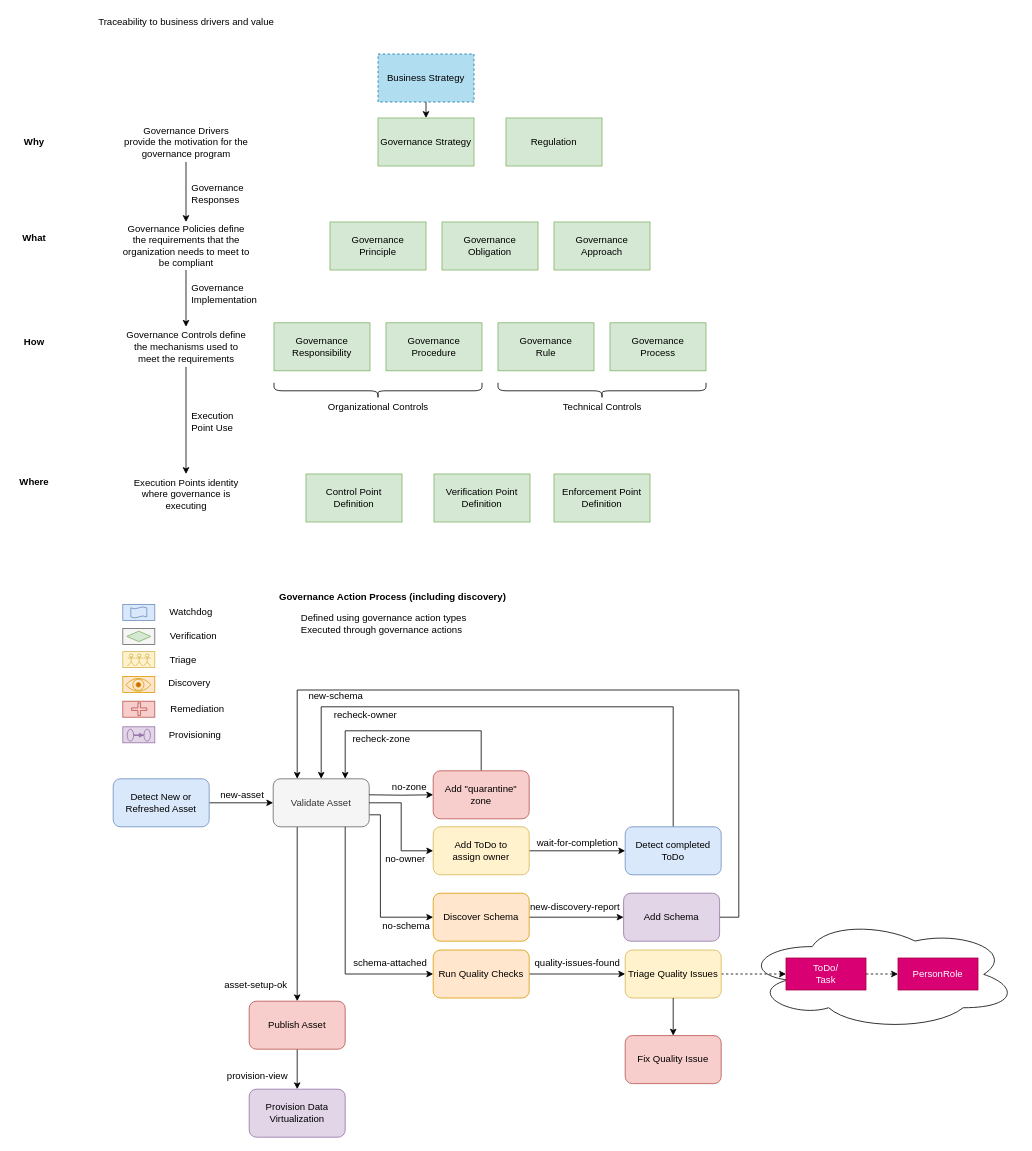
This is page "governance-definitions" (2 of 7) of site/docs/services/omas/governance-program/governance-program.drawio from odpi/egeria-docs, a draw.io file, before an edit. Source tidied: cells renumbered, new cells numbered last; positions are measured from the earlier drawing's top-left corner, leaving out a move shared by most shapes. Both pictures are drawn from the tidied source at 80%, with x=0, y=0 at pixel (14, 14).
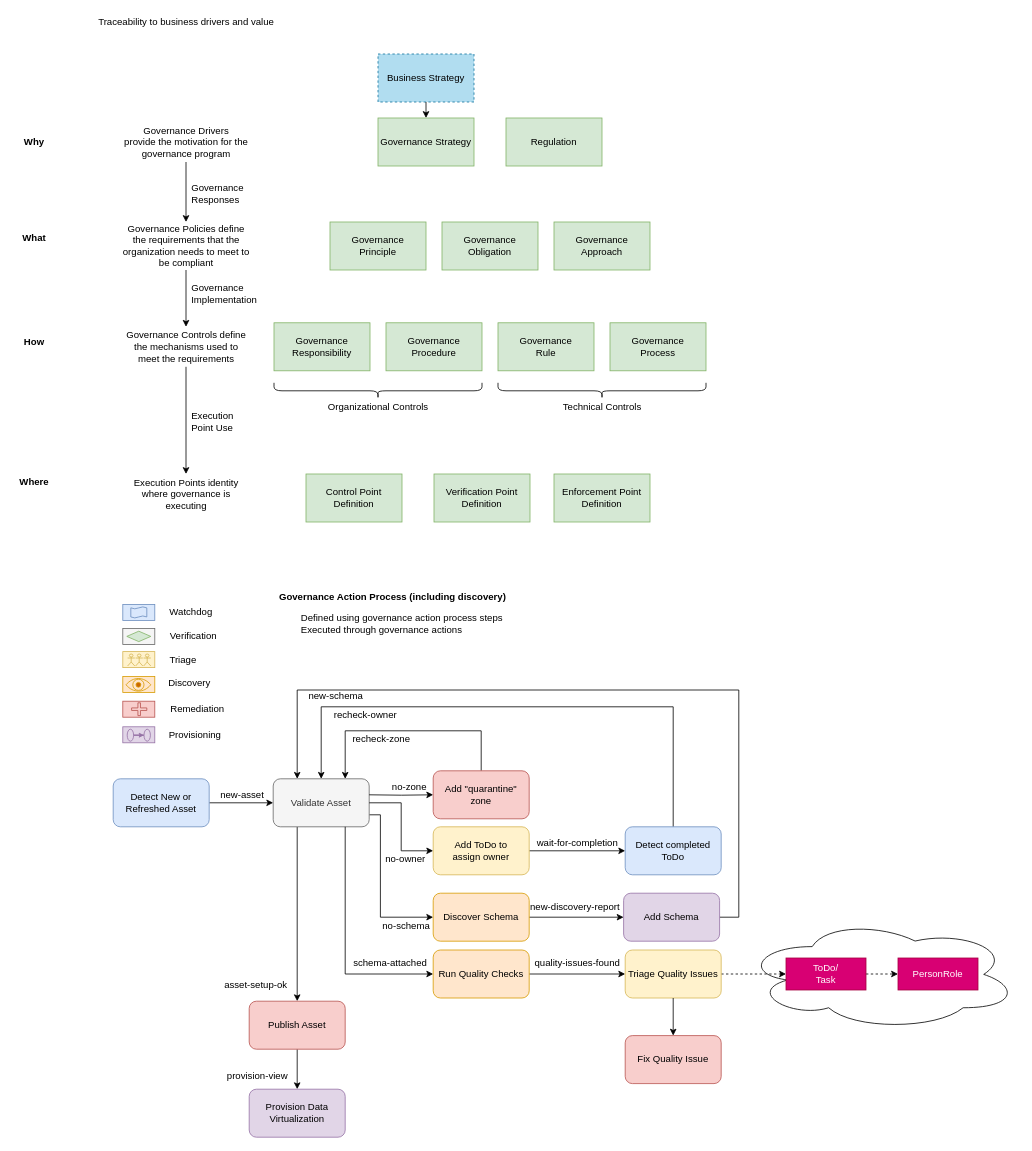
The same page after the edit.

The edit, as a diff of the source:
```diff
@@
-    <mxCell id="77" value="Defined using governance action types&lt;br&gt;Executed through governance actions" style="text;html=1;align=left;verticalAlign=middle;" parent="1" vertex="1">
-      <mxGeometry x="357" y="745.5" width="217" height="32" as="geometry" />
+    <mxCell id="77" value="Defined using governance action process steps&lt;br&gt;Executed through governance actions" style="text;html=1;align=left;verticalAlign=middle;" parent="1" vertex="1">
+      <mxGeometry x="357" y="741.5" width="280" height="40" as="geometry" />
     </mxCell>
```
